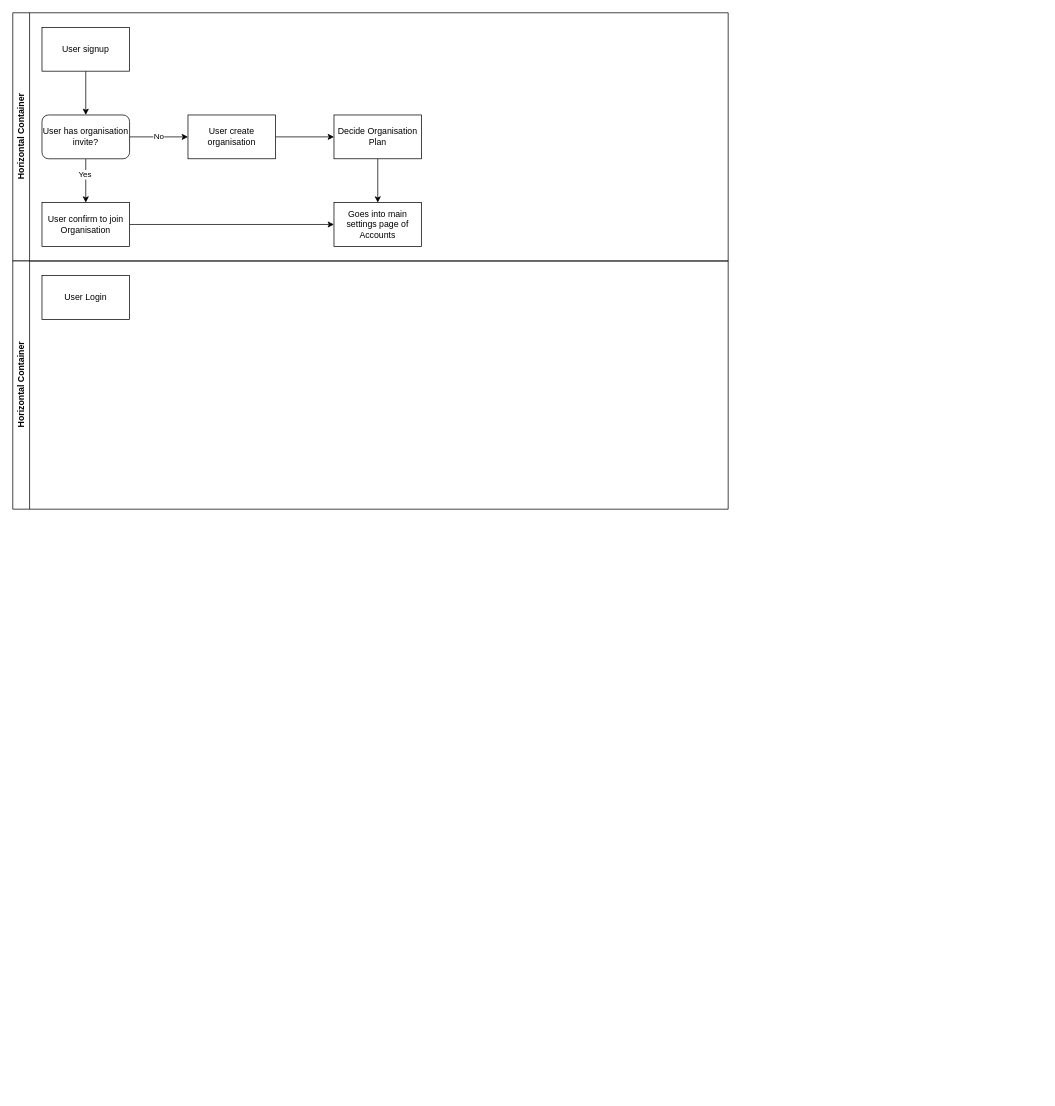
Above: docs/Process.drawio in rcsn01/OpenSe (draw.io), before the change. Source tidied: cells renumbered, new cells numbered last; positions are measured from the earlier drawing's top-left corner, leaving out a move shared by most shapes. Both pictures are drawn from the tidied source at 73%, with x=0, y=0 at pixel (12, 12).
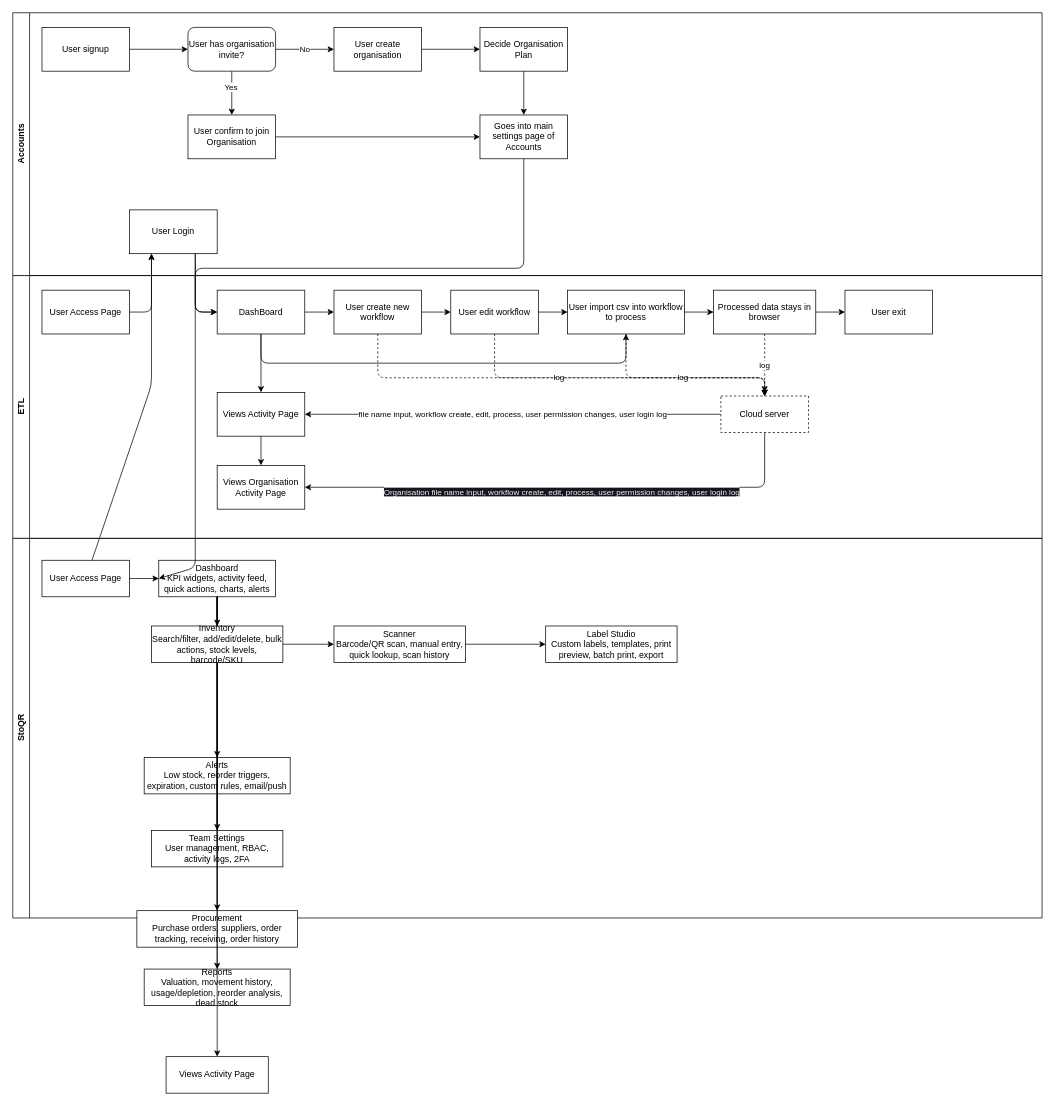
Above is the later version.

Diff of the diagram source:
```diff
@@
-    <mxCell id="2" value="Horizontal Container" style="swimlane;horizontal=0;whiteSpace=wrap;html=1;" parent="1" vertex="1">
-      <mxGeometry width="980" height="340" as="geometry" />
+    <mxCell id="2" value="Accounts" style="swimlane;horizontal=0;whiteSpace=wrap;html=1;" parent="1" vertex="1">
+      <mxGeometry width="1410" height="360" as="geometry" />
     </mxCell>
@@
     <mxCell id="8" value="User has organisation invite?" style="whiteSpace=wrap;html=1;rounded=1;" parent="2" vertex="1">
-      <mxGeometry x="40" y="140" width="120" height="60" as="geometry" />
+      <mxGeometry x="240" y="20" width="120" height="60" as="geometry" />
     </mxCell>
@@
     <mxCell id="10" value="User create organisation" style="whiteSpace=wrap;html=1;rounded=0;" parent="2" vertex="1">
-      <mxGeometry x="240" y="140" width="120" height="60" as="geometry" />
+      <mxGeometry x="440" y="20" width="120" height="60" as="geometry" />
     </mxCell>
@@
     <mxCell id="12" value="User confirm to join Organisation" style="whiteSpace=wrap;html=1;rounded=0;" parent="2" vertex="1">
-      <mxGeometry x="40" y="260" width="120" height="60" as="geometry" />
+      <mxGeometry x="240" y="140" width="120" height="60" as="geometry" />
     </mxCell>
@@
     <mxCell id="14" value="Decide Organisation Plan" style="whiteSpace=wrap;html=1;rounded=0;" parent="2" vertex="1">
-      <mxGeometry x="440" y="140" width="120" height="60" as="geometry" />
+      <mxGeometry x="640" y="20" width="120" height="60" as="geometry" />
     </mxCell>
     <mxCell id="15" value="Goes into main settings page of Accounts" style="whiteSpace=wrap;html=1;rounded=0;" parent="2" vertex="1">
-      <mxGeometry x="440" y="260" width="120" height="60" as="geometry" />
+      <mxGeometry x="640" y="140" width="120" height="60" as="geometry" />
     </mxCell>
+    <mxCell id="18" value="User Login" style="rounded=0;whiteSpace=wrap;html=1;" parent="2" vertex="1">
+      <mxGeometry x="160" y="270" width="120" height="60" as="geometry" />
+    </mxCell>
-    <mxCell id="16" value="Horizontal Container" style="swimlane;horizontal=0;whiteSpace=wrap;html=1;" parent="1" vertex="1">
-      <mxGeometry y="340" width="980" height="340" as="geometry" />
+    <mxCell id="16" value="ETL" style="swimlane;horizontal=0;whiteSpace=wrap;html=1;" parent="1" vertex="1">
+      <mxGeometry y="360" width="1410" height="360" as="geometry" />
     </mxCell>
+    <mxCell id="19" style="edgeStyle=none;html=1;entryX=0.5;entryY=1;entryDx=0;entryDy=0;" parent="16" edge="1" source="17" target="25">
+      <mxGeometry relative="1" as="geometry">
+        <Array as="points">
+          <mxPoint x="340" y="120" />
+          <mxPoint x="840" y="120" />
+        </Array>
+      </mxGeometry>
+    </mxCell>
+    <mxCell id="20" style="edgeStyle=none;html=1;" parent="16" edge="1" source="17" target="38">
+      <mxGeometry relative="1" as="geometry" />
+    </mxCell>
-    <mxCell id="17" value="User Login" style="rounded=0;whiteSpace=wrap;html=1;" parent="16" vertex="1">
-      <mxGeometry x="40" y="20" width="120" height="60" as="geometry" />
+    <mxCell id="17" value="DashBoard" style="rounded=0;whiteSpace=wrap;html=1;" parent="16" vertex="1">
+      <mxGeometry x="280" y="20" width="120" height="60" as="geometry" />
     </mxCell>
+    <mxCell id="21" value="log" style="edgeStyle=none;html=1;entryX=0.5;entryY=0;entryDx=0;entryDy=0;dashed=1;" parent="16" edge="1" source="22" target="29">
+      <mxGeometry relative="1" as="geometry">
+        <Array as="points">
+          <mxPoint x="500" y="140" />
+          <mxPoint x="1030" y="140" />
+        </Array>
+      </mxGeometry>
+    </mxCell>
+    <mxCell id="22" value="User create new workflow" style="rounded=0;whiteSpace=wrap;html=1;" parent="16" vertex="1">
+      <mxGeometry x="440" y="20" width="120" height="60" as="geometry" />
+    </mxCell>
+    <mxCell id="23" value="User edit workflow" style="rounded=0;whiteSpace=wrap;html=1;" parent="16" vertex="1">
+      <mxGeometry x="600" y="20" width="120" height="60" as="geometry" />
+    </mxCell>
+    <mxCell id="24" value="log" style="edgeStyle=none;html=1;entryX=0.5;entryY=0;entryDx=0;entryDy=0;dashed=1;" parent="16" edge="1" source="25" target="29">
+      <mxGeometry relative="1" as="geometry">
+        <Array as="points">
+          <mxPoint x="840" y="140" />
+          <mxPoint x="1030" y="140" />
+        </Array>
+      </mxGeometry>
+    </mxCell>
+    <mxCell id="25" value="User import csv into workflow to process" style="rounded=0;whiteSpace=wrap;html=1;" parent="16" vertex="1">
+      <mxGeometry x="760" y="20" width="160" height="60" as="geometry" />
+    </mxCell>
+    <mxCell id="26" value="Processed data stays in browser" style="rounded=0;whiteSpace=wrap;html=1;" parent="16" vertex="1">
+      <mxGeometry x="960" y="20" width="140" height="60" as="geometry" />
+    </mxCell>
+    <mxCell id="27" value="file name input, workflow create, edit, process, user permission changes, user login log" style="edgeStyle=none;html=1;entryX=1;entryY=0.5;entryDx=0;entryDy=0;" parent="16" edge="1" source="29" target="38">
+      <mxGeometry relative="1" as="geometry" />
+    </mxCell>
+    <mxCell id="28" value="&lt;br&gt;&lt;span style=&quot;color: rgb(240, 240, 240); font-family: Helvetica; font-size: 11px; font-style: normal; font-variant-ligatures: normal; font-variant-caps: normal; font-weight: 400; letter-spacing: normal; orphans: 2; text-align: center; text-indent: 0px; text-transform: none; widows: 2; word-spacing: 0px; -webkit-text-stroke-width: 0px; background-color: rgb(24, 20, 29); text-decoration-thickness: initial; text-decoration-style: initial; text-decoration-color: initial; float: none; display: inline !important;&quot;&gt;Organisation file name input, workflow create, edit, process, user permission changes, user login log&lt;/span&gt;&lt;br&gt;" style="edgeStyle=none;html=1;entryX=1;entryY=0.5;entryDx=0;entryDy=0;" parent="16" edge="1" source="29" target="39">
+      <mxGeometry relative="1" as="geometry">
+        <Array as="points">
+          <mxPoint x="1030" y="290" />
+        </Array>
+      </mxGeometry>
+    </mxCell>
+    <mxCell id="29" value="Cloud server" style="rounded=0;whiteSpace=wrap;html=1;dashed=1;" parent="16" vertex="1">
+      <mxGeometry x="970" y="165" width="120" height="50" as="geometry" />
+    </mxCell>
+    <mxCell id="30" value="User exit" style="rounded=0;whiteSpace=wrap;html=1;" parent="16" vertex="1">
+      <mxGeometry x="1140" y="20" width="120" height="60" as="geometry" />
+    </mxCell>
+    <mxCell id="31" style="edgeStyle=orthogonalEdgeStyle;html=1;" parent="16" edge="1" source="17" target="22">
+      <mxGeometry relative="1" as="geometry" />
+    </mxCell>
+    <mxCell id="32" style="edgeStyle=orthogonalEdgeStyle;html=1;" parent="16" edge="1" source="22" target="23">
+      <mxGeometry relative="1" as="geometry" />
+    </mxCell>
+    <mxCell id="33" style="edgeStyle=orthogonalEdgeStyle;html=1;" parent="16" edge="1" source="23" target="25">
+      <mxGeometry relative="1" as="geometry" />
+    </mxCell>
+    <mxCell id="34" style="edgeStyle=orthogonalEdgeStyle;html=1;" parent="16" edge="1" source="25" target="26">
+      <mxGeometry relative="1" as="geometry" />
+    </mxCell>
+    <mxCell id="35" value="log" style="edgeStyle=orthogonalEdgeStyle;html=1;dashed=1;exitX=0.5;exitY=1;exitDx=0;exitDy=0;entryX=0.5;entryY=0;entryDx=0;entryDy=0;" parent="16" edge="1" source="26" target="29">
+      <mxGeometry relative="1" as="geometry" />
+    </mxCell>
+    <mxCell id="36" style="edgeStyle=orthogonalEdgeStyle;html=1;" parent="16" edge="1" source="26" target="30">
+      <mxGeometry relative="1" as="geometry" />
+    </mxCell>
+    <mxCell id="37" style="edgeStyle=none;html=1;" parent="16" edge="1" source="38" target="39">
+      <mxGeometry relative="1" as="geometry" />
+    </mxCell>
+    <mxCell id="38" value="Views Activity Page" style="rounded=0;whiteSpace=wrap;html=1;" parent="16" vertex="1">
+      <mxGeometry x="280" y="160" width="120" height="60" as="geometry" />
+    </mxCell>
+    <mxCell id="39" value="Views Organisation Activity Page" style="rounded=0;whiteSpace=wrap;html=1;" parent="16" vertex="1">
+      <mxGeometry x="280" y="260" width="120" height="60" as="geometry" />
+    </mxCell>
+    <mxCell id="40" value="User Access Page" style="rounded=0;whiteSpace=wrap;html=1;" parent="16" vertex="1">
+      <mxGeometry x="40" y="20" width="120" height="60" as="geometry" />
+    </mxCell>
+    <mxCell id="41" value="StoQR" style="swimlane;horizontal=0;whiteSpace=wrap;html=1;" parent="1" vertex="1">
+      <mxGeometry y="720" width="1410" height="520" as="geometry" />
+    </mxCell>
+    <mxCell id="42" value="Dashboard&#10;KPI widgets, activity feed, quick actions, charts, alerts" style="rounded=0;whiteSpace=wrap;html=1;" parent="41" vertex="1">
+      <mxGeometry x="200" y="30" width="160" height="50" as="geometry" />
+    </mxCell>
+    <mxCell id="43" value="Reports&#10;Valuation, movement history, usage/depletion, reorder analysis, dead stock" style="rounded=0;whiteSpace=wrap;html=1;" parent="41" vertex="1">
+      <mxGeometry x="180" y="590" width="200" height="50" as="geometry" />
+    </mxCell>
+    <mxCell id="44" value="Procurement&#10;Purchase orders, suppliers, order tracking, receiving, order history" style="rounded=0;whiteSpace=wrap;html=1;" parent="41" vertex="1">
+      <mxGeometry x="170" y="510" width="220" height="50" as="geometry" />
+    </mxCell>
+    <mxCell id="45" value="Alerts&#10;Low stock, reorder triggers, expiration, custom rules, email/push" style="rounded=0;whiteSpace=wrap;html=1;" parent="41" vertex="1">
+      <mxGeometry x="180" y="300" width="200" height="50" as="geometry" />
+    </mxCell>
+    <mxCell id="46" value="Team Settings&#10;User management, RBAC, activity logs, 2FA" style="rounded=0;whiteSpace=wrap;html=1;" parent="41" vertex="1">
+      <mxGeometry x="190" y="400" width="180" height="50" as="geometry" />
+    </mxCell>
+    <mxCell id="47" value="User Access Page" style="rounded=0;whiteSpace=wrap;html=1;" parent="41" vertex="1">
+      <mxGeometry x="40" y="30" width="120" height="50" as="geometry" />
+    </mxCell>
+    <mxCell id="48" style="edgeStyle=orthogonalEdgeStyle;html=1;" parent="41" edge="1" source="47" target="42">
+      <mxGeometry relative="1" as="geometry" />
+    </mxCell>
+    <mxCell id="49" style="edgeStyle=orthogonalEdgeStyle;html=1;" parent="41" edge="1" source="42" target="43">
+      <mxGeometry relative="1" as="geometry" />
+    </mxCell>
+    <mxCell id="50" style="edgeStyle=orthogonalEdgeStyle;html=1;" parent="41" edge="1" source="42" target="44">
+      <mxGeometry relative="1" as="geometry" />
+    </mxCell>
+    <mxCell id="51" style="edgeStyle=orthogonalEdgeStyle;html=1;" parent="41" edge="1" source="42" target="45">
+      <mxGeometry relative="1" as="geometry" />
+    </mxCell>
+    <mxCell id="52" style="edgeStyle=orthogonalEdgeStyle;html=1;" parent="41" edge="1" source="42" target="46">
+      <mxGeometry relative="1" as="geometry" />
+    </mxCell>
+    <mxCell id="53" value="Label Studio&#10;Custom labels, templates, print preview, batch print, export" style="rounded=0;whiteSpace=wrap;html=1;" parent="41" vertex="1">
+      <mxGeometry x="730" y="120" width="180" height="50" as="geometry" />
+    </mxCell>
+    <mxCell id="54" value="Scanner&#10;Barcode/QR scan, manual entry, quick lookup, scan history" style="rounded=0;whiteSpace=wrap;html=1;" parent="41" vertex="1">
+      <mxGeometry x="440" y="120" width="180" height="50" as="geometry" />
+    </mxCell>
+    <mxCell id="55" style="edgeStyle=orthogonalEdgeStyle;html=1;" parent="41" edge="1" source="54" target="53">
+      <mxGeometry relative="1" as="geometry" />
+    </mxCell>
+    <mxCell id="56" style="edgeStyle=none;html=1;entryX=0.25;entryY=1;entryDx=0;entryDy=0;" parent="1" edge="1" source="40" target="18">
+      <mxGeometry relative="1" as="geometry">
+        <Array as="points">
+          <mxPoint x="190" y="410" />
+        </Array>
+      </mxGeometry>
+    </mxCell>
+    <mxCell id="57" style="edgeStyle=none;html=1;entryX=0.25;entryY=1;entryDx=0;entryDy=0;" parent="1" edge="1" source="47" target="18">
+      <mxGeometry relative="1" as="geometry">
+        <Array as="points">
+          <mxPoint x="190" y="510" />
+        </Array>
+      </mxGeometry>
+    </mxCell>
+    <mxCell id="58" style="edgeStyle=none;html=1;exitX=0.75;exitY=1;exitDx=0;exitDy=0;entryX=0;entryY=0.5;entryDx=0;entryDy=0;" parent="1" edge="1" source="18" target="17">
+      <mxGeometry relative="1" as="geometry">
+        <Array as="points">
+          <mxPoint x="250" y="410" />
+        </Array>
+      </mxGeometry>
+    </mxCell>
+    <mxCell id="59" style="edgeStyle=none;html=1;exitX=0.75;exitY=1;exitDx=0;exitDy=0;entryX=0;entryY=0.5;entryDx=0;entryDy=0;" parent="1" edge="1" source="18" target="42">
+      <mxGeometry relative="1" as="geometry">
+        <Array as="points">
+          <mxPoint x="250" y="760" />
+        </Array>
+      </mxGeometry>
+    </mxCell>
+    <mxCell id="60" style="edgeStyle=none;html=1;entryX=0;entryY=0.5;entryDx=0;entryDy=0;" parent="1" edge="1" source="15" target="17">
+      <mxGeometry relative="1" as="geometry">
+        <Array as="points">
+          <mxPoint x="700" y="350" />
+          <mxPoint x="250" y="350" />
+          <mxPoint x="250" y="410" />
+        </Array>
+      </mxGeometry>
+    </mxCell>
+    <mxCell id="61" style="edgeStyle=none;html=1;dashed=1;" parent="1" edge="1" source="23">
+      <mxGeometry relative="1" as="geometry">
+        <mxPoint x="1030" y="520" as="targetPoint" />
+        <Array as="points">
+          <mxPoint x="660" y="500" />
+          <mxPoint x="1030" y="500" />
+        </Array>
+      </mxGeometry>
+    </mxCell>
+    <mxCell id="62" value="Views Activity Page" style="rounded=0;whiteSpace=wrap;html=1;" parent="1" vertex="1">
+      <mxGeometry x="210" y="1430" width="140" height="50" as="geometry" />
+    </mxCell>
+    <mxCell id="63" style="edgeStyle=none;html=1;startArrow=none;" parent="1" edge="1" target="62">
+      <mxGeometry relative="1" as="geometry">
+        <mxPoint x="280" y="1180" as="sourcePoint" />
+      </mxGeometry>
+    </mxCell>
+    <mxCell id="64" style="edgeStyle=none;html=1;entryX=0.5;entryY=1;entryDx=0;entryDy=0;endArrow=none;" parent="1" edge="1" source="42">
+      <mxGeometry relative="1" as="geometry">
+        <mxPoint x="280" y="1180" as="targetPoint" />
+      </mxGeometry>
+    </mxCell>
+    <mxCell id="65" style="edgeStyle=none;html=1;endArrow=none;startArrow=none;" parent="1" edge="1" source="67">
+      <mxGeometry relative="1" as="geometry">
+        <mxPoint x="280" y="1120" as="targetPoint" />
+      </mxGeometry>
+    </mxCell>
+    <mxCell id="66" style="edgeStyle=orthogonalEdgeStyle;html=1;" parent="1" edge="1" source="67" target="54">
+      <mxGeometry relative="1" as="geometry" />
+    </mxCell>
+    <mxCell id="67" value="Inventory&#10;Search/filter, add/edit/delete, bulk actions, stock levels, barcode/SKU" style="rounded=0;whiteSpace=wrap;html=1;" parent="1" vertex="1">
+      <mxGeometry x="190" y="840" width="180" height="50" as="geometry" />
+    </mxCell>
+    <mxCell id="68" style="edgeStyle=orthogonalEdgeStyle;html=1;" parent="1" edge="1" source="42" target="67">
+      <mxGeometry relative="1" as="geometry" />
+    </mxCell>
+    <mxCell id="69" style="edgeStyle=none;html=1;endArrow=none;" parent="1" edge="1" source="42" target="67">
+      <mxGeometry relative="1" as="geometry" />
+    </mxCell>
```
